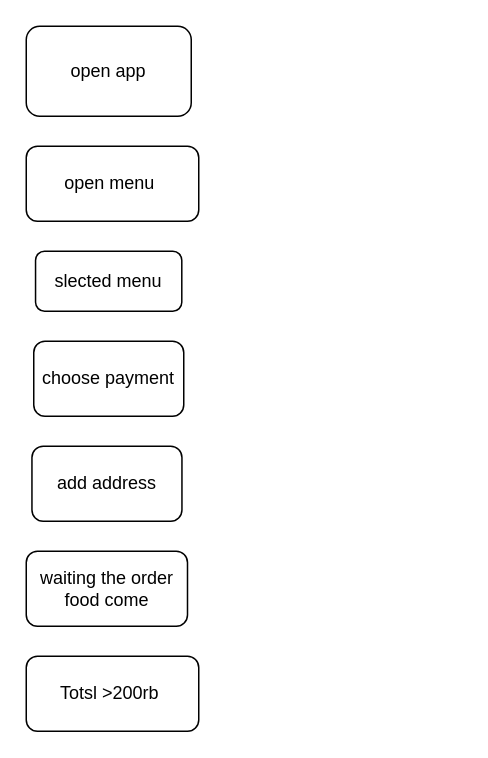
The draw.io diagram flowchart.drawio in nia148/kirstenbe2679190_prosess-order, before the edit. Source tidied: cells renumbered, new cells numbered last; positions are measured from the earlier drawing's top-left corner, leaving out a move shared by most shapes. Both pictures are drawn from the tidied source at 150%, with x=0, y=0 at pixel (26, 26).
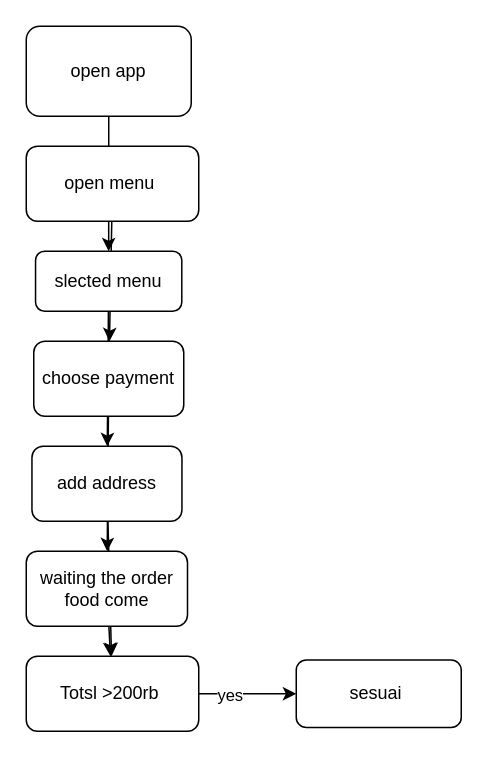
The same page after the edit.

Commit message:
Pengkondisian jika jawaban bener

What changed in the source:
```diff
@@
 <mxGraphModel>
   <root>
     <mxCell id="0" />
     <mxCell id="1" parent="0" />
+    <mxCell id="9" style="edgeStyle=none;html=1;" parent="1" edge="1" source="2" target="4">
+      <mxGeometry relative="1" as="geometry" />
+    </mxCell>
     <mxCell id="2" value="open app" style="rounded=1;whiteSpace=wrap;html=1;" parent="1" vertex="1">
       <mxGeometry width="110" height="60" as="geometry" />
     </mxCell>
+    <mxCell id="10" style="edgeStyle=none;html=1;" parent="1" edge="1" source="3" target="5">
+      <mxGeometry relative="1" as="geometry" />
+    </mxCell>
     <mxCell id="3" value="open menu&amp;nbsp;" style="rounded=1;whiteSpace=wrap;html=1;" parent="1" vertex="1">
       <mxGeometry y="80" width="115" height="50" as="geometry" />
     </mxCell>
+    <mxCell id="11" style="edgeStyle=none;html=1;" parent="1" edge="1" source="4" target="6">
+      <mxGeometry relative="1" as="geometry" />
+    </mxCell>
     <mxCell id="4" value="slected menu" style="rounded=1;whiteSpace=wrap;html=1;" parent="1" vertex="1">
       <mxGeometry x="6.2" y="150" width="97.5" height="40" as="geometry" />
     </mxCell>
+    <mxCell id="12" style="edgeStyle=none;html=1;" parent="1" edge="1" source="5" target="7">
+      <mxGeometry relative="1" as="geometry" />
+    </mxCell>
     <mxCell id="5" value="choose payment" style="rounded=1;whiteSpace=wrap;html=1;" parent="1" vertex="1">
       <mxGeometry x="5" y="210" width="100" height="50" as="geometry" />
     </mxCell>
+    <mxCell id="13" style="edgeStyle=none;html=1;" parent="1" edge="1" source="6" target="8">
+      <mxGeometry relative="1" as="geometry" />
+    </mxCell>
     <mxCell id="6" value="add address" style="rounded=1;whiteSpace=wrap;html=1;" parent="1" vertex="1">
       <mxGeometry x="3.8" y="280" width="100" height="50" as="geometry" />
     </mxCell>
+    <mxCell id="14" style="edgeStyle=none;html=1;" parent="1" edge="1" source="7" target="8">
+      <mxGeometry relative="1" as="geometry" />
+    </mxCell>
     <mxCell id="7" value="waiting the order food come" style="rounded=1;whiteSpace=wrap;html=1;" parent="1" vertex="1">
       <mxGeometry y="350" width="107.5" height="50" as="geometry" />
     </mxCell>
+    <mxCell id="15" style="edgeStyle=none;html=1;" parent="1" edge="1" source="8" target="17">
+      <mxGeometry relative="1" as="geometry" />
+    </mxCell>
+    <mxCell id="16" value="yes" style="edgeLabel;html=1;align=center;verticalAlign=middle;" parent="15" vertex="1">
+      <mxGeometry x="-0.38" relative="1" as="geometry" />
+    </mxCell>
     <mxCell id="8" value="Totsl &amp;gt;200rb&amp;nbsp;" style="rounded=1;whiteSpace=wrap;html=1;" parent="1" vertex="1">
       <mxGeometry y="420" width="115" height="50" as="geometry" />
     </mxCell>
+    <mxCell id="17" value="sesuai&amp;nbsp;" style="rounded=1;whiteSpace=wrap;html=1;" parent="1" vertex="1">
+      <mxGeometry x="180" y="422.5" width="110" height="45" as="geometry" />
+    </mxCell>
   </root>
 </mxGraphModel>
```
